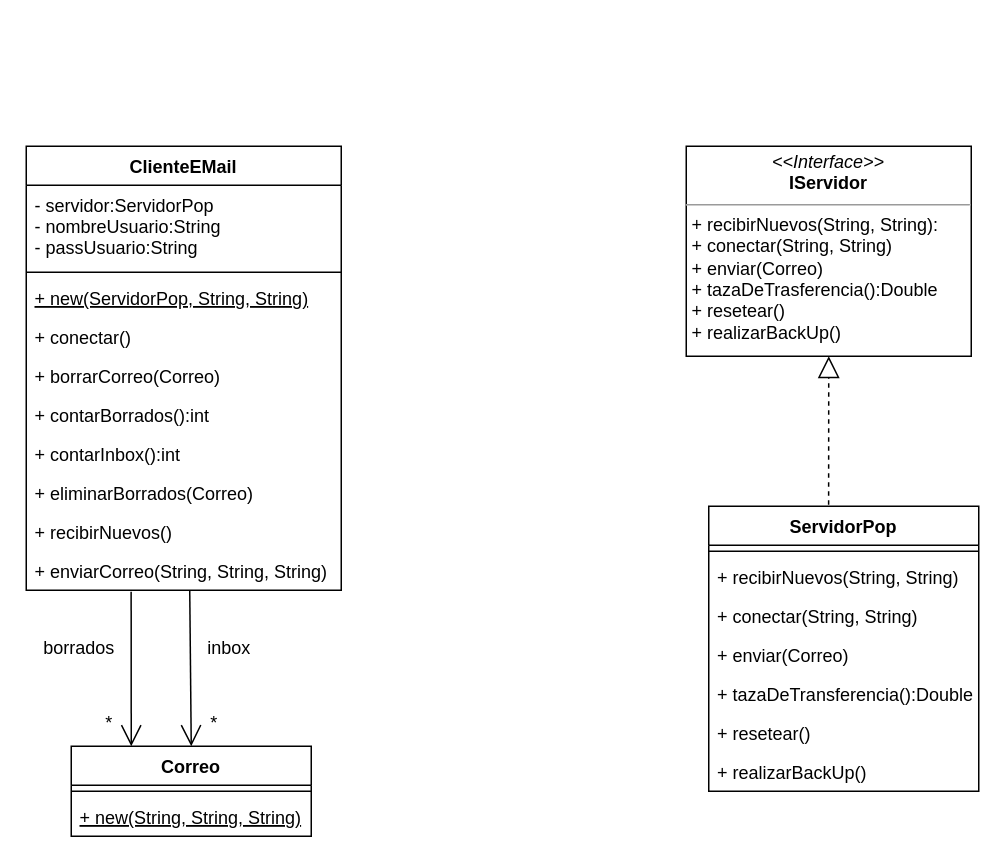
The draw.io diagram Unq-po2-tp6-clienteEMail.drawio in nhubczyk/Diagramas-UML, before the edit. Source tidied: cells renumbered, new cells numbered last; positions are measured from the earlier drawing's top-left corner, leaving out a move shared by most shapes. Both pictures are drawn from the tidied source at 150%, with x=0, y=0 at pixel (26, 146).
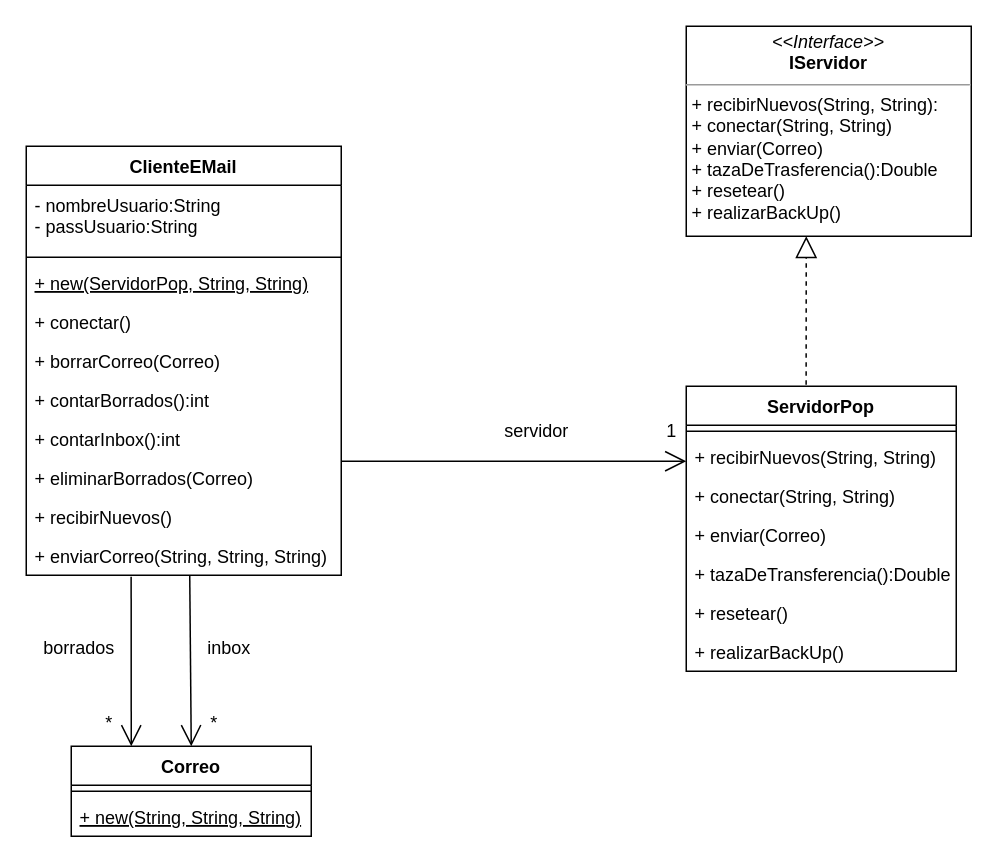
Above is the later version.

Change to the diagram source:
```diff
@@
     <mxCell id="2" value="ClienteEMail" style="swimlane;fontStyle=1;align=center;verticalAlign=top;horizontal=1;startSize=26;" parent="1" vertex="1">
-      <mxGeometry width="210" height="296" as="geometry" />
+      <mxGeometry width="210" height="286" as="geometry" />
     </mxCell>
-    <mxCell id="3" value="- servidor:ServidorPop&#10;- nombreUsuario:String&#10;- passUsuario:String&#10;" style="text;strokeColor=none;fillColor=none;align=left;verticalAlign=top;spacingLeft=4;spacingRight=4;overflow=hidden;" parent="2" vertex="1">
-      <mxGeometry y="26" width="210" height="54" as="geometry" />
+    <mxCell id="3" value="- nombreUsuario:String&#10;- passUsuario:String&#10;" style="text;strokeColor=none;fillColor=none;align=left;verticalAlign=top;spacingLeft=4;spacingRight=4;overflow=hidden;" parent="2" vertex="1">
+      <mxGeometry y="26" width="210" height="44" as="geometry" />
     </mxCell>
     <mxCell id="4" style="line;strokeWidth=1;fillColor=none;align=left;verticalAlign=middle;spacingTop=-1;spacingLeft=3;spacingRight=3;labelPosition=right;strokeColor=inherit;" parent="2" vertex="1">
-      <mxGeometry y="80" width="210" height="8" as="geometry" />
+      <mxGeometry y="70" width="210" height="8" as="geometry" />
     </mxCell>
     <mxCell id="5" value="+ new(ServidorPop, String, String)" style="text;strokeColor=none;fillColor=none;align=left;verticalAlign=top;spacingLeft=4;spacingRight=4;overflow=hidden;fontStyle=4;" parent="2" vertex="1">
-      <mxGeometry y="88" width="210" height="26" as="geometry" />
+      <mxGeometry y="78" width="210" height="26" as="geometry" />
     </mxCell>
     <mxCell id="6" value="+ conectar()" style="text;strokeColor=none;fillColor=none;align=left;verticalAlign=top;spacingLeft=4;spacingRight=4;overflow=hidden;fontStyle=0;" parent="2" vertex="1">
-      <mxGeometry y="114" width="210" height="26" as="geometry" />
+      <mxGeometry y="104" width="210" height="26" as="geometry" />
     </mxCell>
     <mxCell id="7" value="+ borrarCorreo(Correo)" style="text;strokeColor=none;fillColor=none;align=left;verticalAlign=top;spacingLeft=4;spacingRight=4;overflow=hidden;fontStyle=0;" parent="2" vertex="1">
-      <mxGeometry y="140" width="210" height="26" as="geometry" />
+      <mxGeometry y="130" width="210" height="26" as="geometry" />
     </mxCell>
     <mxCell id="8" value="+ contarBorrados():int" style="text;strokeColor=none;fillColor=none;align=left;verticalAlign=top;spacingLeft=4;spacingRight=4;overflow=hidden;fontStyle=0;" parent="2" vertex="1">
-      <mxGeometry y="166" width="210" height="26" as="geometry" />
+      <mxGeometry y="156" width="210" height="26" as="geometry" />
     </mxCell>
     <mxCell id="9" value="+ contarInbox():int" style="text;strokeColor=none;fillColor=none;align=left;verticalAlign=top;spacingLeft=4;spacingRight=4;overflow=hidden;fontStyle=0;" parent="2" vertex="1">
-      <mxGeometry y="192" width="210" height="26" as="geometry" />
+      <mxGeometry y="182" width="210" height="26" as="geometry" />
     </mxCell>
     <mxCell id="10" value="+ eliminarBorrados(Correo)" style="text;strokeColor=none;fillColor=none;align=left;verticalAlign=top;spacingLeft=4;spacingRight=4;overflow=hidden;fontStyle=0;" parent="2" vertex="1">
-      <mxGeometry y="218" width="210" height="26" as="geometry" />
+      <mxGeometry y="208" width="210" height="26" as="geometry" />
     </mxCell>
     <mxCell id="11" value="+ recibirNuevos()" style="text;strokeColor=none;fillColor=none;align=left;verticalAlign=top;spacingLeft=4;spacingRight=4;overflow=hidden;fontStyle=0;" parent="2" vertex="1">
-      <mxGeometry y="244" width="210" height="26" as="geometry" />
+      <mxGeometry y="234" width="210" height="26" as="geometry" />
     </mxCell>
     <mxCell id="12" value="+ enviarCorreo(String, String, String)" style="text;strokeColor=none;fillColor=none;align=left;verticalAlign=top;spacingLeft=4;spacingRight=4;overflow=hidden;points=[[0,0.5],[1,0.5]];portConstraint=eastwest;fontStyle=0;" parent="2" vertex="1">
-      <mxGeometry y="270" width="210" height="26" as="geometry" />
+      <mxGeometry y="260" width="210" height="26" as="geometry" />
     </mxCell>
     <mxCell id="13" value="&lt;p style=&quot;margin:0px;margin-top:4px;text-align:center;&quot;&gt;&lt;i&gt;&amp;lt;&amp;lt;Interface&amp;gt;&amp;gt;&lt;/i&gt;&lt;br&gt;&lt;b&gt;IServidor&lt;/b&gt;&lt;/p&gt;&lt;hr size=&quot;1&quot;&gt;&lt;p style=&quot;margin:0px;margin-left:4px;&quot;&gt;&lt;/p&gt;&lt;p style=&quot;margin:0px;margin-left:4px;&quot;&gt;+ recibirNuevos(String, String):&lt;/p&gt;&lt;p style=&quot;margin:0px;margin-left:4px;&quot;&gt;+ conectar(String, String)&lt;/p&gt;&lt;p style=&quot;margin:0px;margin-left:4px;&quot;&gt;+ enviar(Correo)&lt;/p&gt;&lt;p style=&quot;margin:0px;margin-left:4px;&quot;&gt;+ tazaDeTrasferencia():Double&lt;/p&gt;&lt;p style=&quot;margin:0px;margin-left:4px;&quot;&gt;+ resetear()&lt;/p&gt;&lt;p style=&quot;margin:0px;margin-left:4px;&quot;&gt;+ realizarBackUp()&lt;/p&gt;" style="verticalAlign=top;align=left;overflow=fill;fontSize=12;fontFamily=Helvetica;html=1;" parent="1" vertex="1">
-      <mxGeometry x="440" width="190" height="140" as="geometry" />
+      <mxGeometry x="440" y="-80" width="190" height="140" as="geometry" />
     </mxCell>
     <mxCell id="14" value="ServidorPop" style="swimlane;fontStyle=1;align=center;verticalAlign=top;horizontal=1;startSize=26;" parent="1" vertex="1">
-      <mxGeometry x="455" y="240" width="180" height="190" as="geometry" />
+      <mxGeometry x="440" y="160" width="180" height="190" as="geometry" />
     </mxCell>
@@
-    <mxCell id="22" style="endArrow=block;dashed=1;endFill=0;endSize=12;html=1;rounded=0;exitX=0.444;exitY=-0.005;exitDx=0;exitDy=0;exitPerimeter=0;entryX=0.5;entryY=1;entryDx=0;entryDy=0;" parent="1" edge="1" source="14" target="13">
-      <mxGeometry relative="1" as="geometry" />
+    <mxCell id="22" style="endArrow=block;dashed=1;endFill=0;endSize=12;html=1;rounded=0;exitX=0.444;exitY=-0.005;exitDx=0;exitDy=0;exitPerimeter=0;" parent="1" edge="1" source="14">
+      <mxGeometry relative="1" as="geometry">
+        <mxPoint x="520" y="60" as="targetPoint" />
+      </mxGeometry>
     </mxCell>
@@
+    <mxCell id="32" style="endArrow=open;endFill=1;endSize=12;html=1;rounded=0;" parent="1" edge="1">
+      <mxGeometry relative="1" as="geometry">
+        <mxPoint x="210" y="210" as="sourcePoint" />
+        <mxPoint x="440" y="210" as="targetPoint" />
+      </mxGeometry>
+    </mxCell>
+    <mxCell id="33" value="servidor" style="text;html=1;align=center;verticalAlign=middle;strokeColor=none;fillColor=none;" parent="1" vertex="1">
+      <mxGeometry x="305" y="175" width="70" height="30" as="geometry" />
+    </mxCell>
+    <mxCell id="34" value="1" style="text;html=1;align=center;verticalAlign=middle;strokeColor=none;fillColor=none;" parent="1" vertex="1">
+      <mxGeometry x="415" y="175" width="30" height="30" as="geometry" />
+    </mxCell>
```
